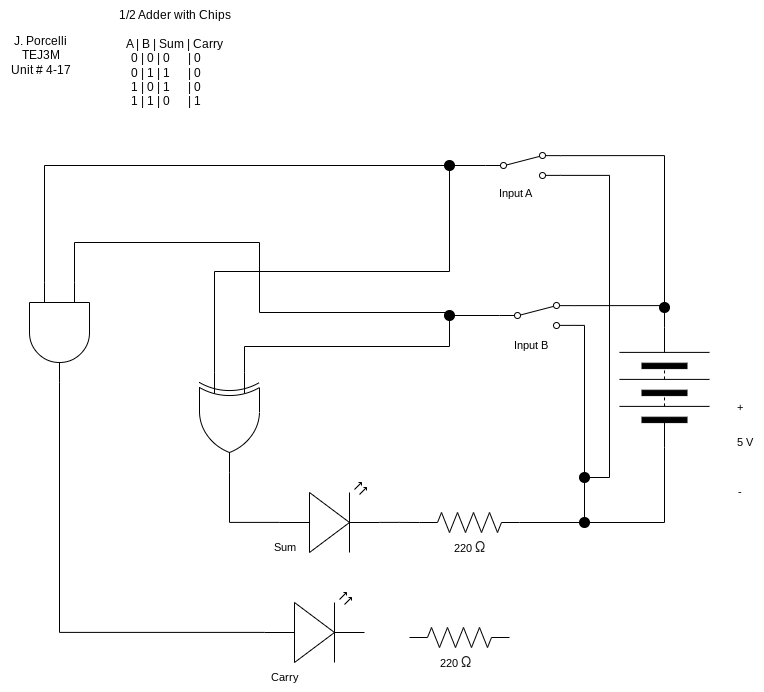
The draw.io diagram 4-17/diagram.png in julia-dellatorre-porcelli/TEJ3M-Unit4-17, before a commit. Source tidied: cells renumbered, new cells last; positions are measured from the earlier drawing's top-left corner, leaving out a move shared by most shapes.
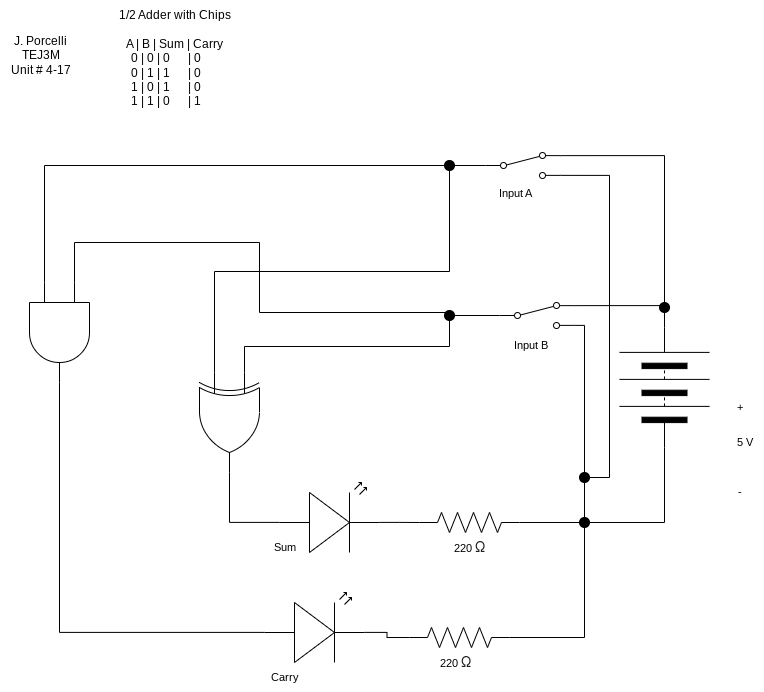
After the change.

The edit, as a diff of the source:
```diff
@@ -60,6 +60,9 @@
     <mxCell id="15" style="verticalLabelPosition=bottom;shadow=0;dashed=0;align=center;html=1;verticalAlign=top;shape=mxgraph.electrical.resistors.resistor_2;fontFamily=Helvetica;fontSize=11;fontColor=default;labelBackgroundColor=default;" parent="1" vertex="1">
       <mxGeometry x="419" y="512" width="100" height="20" as="geometry" />
     </mxCell>
+    <mxCell id="44" style="edgeStyle=orthogonalEdgeStyle;shape=connector;curved=0;rounded=0;html=1;exitX=1;exitY=0.5;exitDx=0;exitDy=0;exitPerimeter=0;entryX=0.5;entryY=1;entryDx=0;entryDy=0;strokeColor=default;align=center;verticalAlign=middle;fontFamily=Helvetica;fontSize=11;fontColor=default;labelBackgroundColor=default;endArrow=none;endFill=0;" parent="1" edge="1" source="16" target="34">
+      <mxGeometry relative="1" as="geometry" />
+    </mxCell>
     <mxCell id="16" style="verticalLabelPosition=bottom;shadow=0;dashed=0;align=center;html=1;verticalAlign=top;shape=mxgraph.electrical.resistors.resistor_2;fontFamily=Helvetica;fontSize=11;fontColor=default;labelBackgroundColor=default;" parent="1" vertex="1">
       <mxGeometry x="409" y="627" width="100" height="20" as="geometry" />
     </mxCell>
@@ -167,5 +170,8 @@
     <mxCell id="43" value="220&amp;nbsp;&lt;span style=&quot;color: rgb(31, 31, 31); font-family: &amp;quot;Google Sans&amp;quot;, Roboto, sans-serif; font-size: 14px; text-align: start; text-wrap: wrap;&quot;&gt;Ω&lt;/span&gt;" style="text;html=1;align=center;verticalAlign=middle;strokeColor=none;fillColor=none;fontFamily=Helvetica;fontSize=11;fontColor=default;labelBackgroundColor=default;" parent="1" vertex="1">
       <mxGeometry x="439" y="532" width="60" height="30" as="geometry" />
     </mxCell>
+    <mxCell id="45" style="edgeStyle=orthogonalEdgeStyle;shape=connector;curved=0;rounded=0;html=1;exitX=1;exitY=0.57;exitDx=0;exitDy=0;exitPerimeter=0;entryX=0;entryY=0.5;entryDx=0;entryDy=0;entryPerimeter=0;strokeColor=default;align=center;verticalAlign=middle;fontFamily=Helvetica;fontSize=11;fontColor=default;labelBackgroundColor=default;endArrow=none;endFill=0;" parent="1" edge="1" source="11" target="16">
+      <mxGeometry relative="1" as="geometry" />
+    </mxCell>
   </root>
 </mxGraphModel>
```
